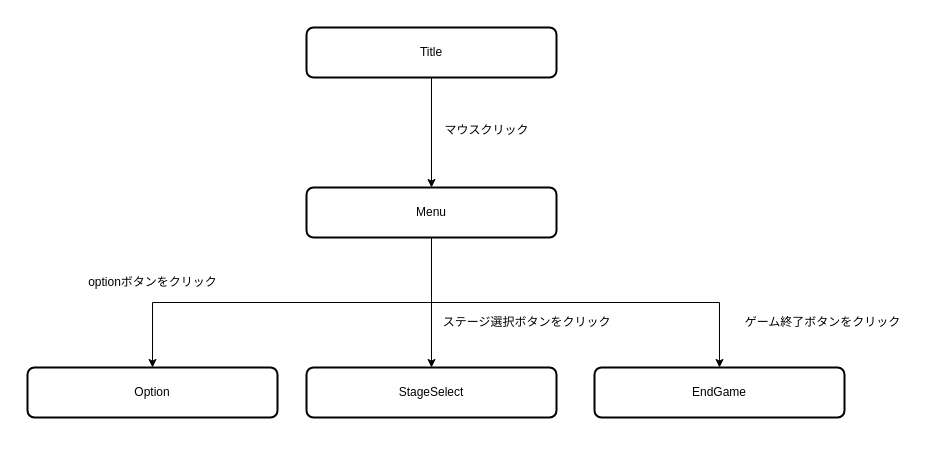
Above: SceneFlowChart.drawio in tky2302126/PP2nd (draw.io), before the change. Source tidied: cells renumbered, new cells numbered last; positions are measured from the earlier drawing's top-left corner, leaving out a move shared by most shapes. Both pictures are drawn from the tidied source at 100%, with x=0, y=0 at pixel (27, 27).
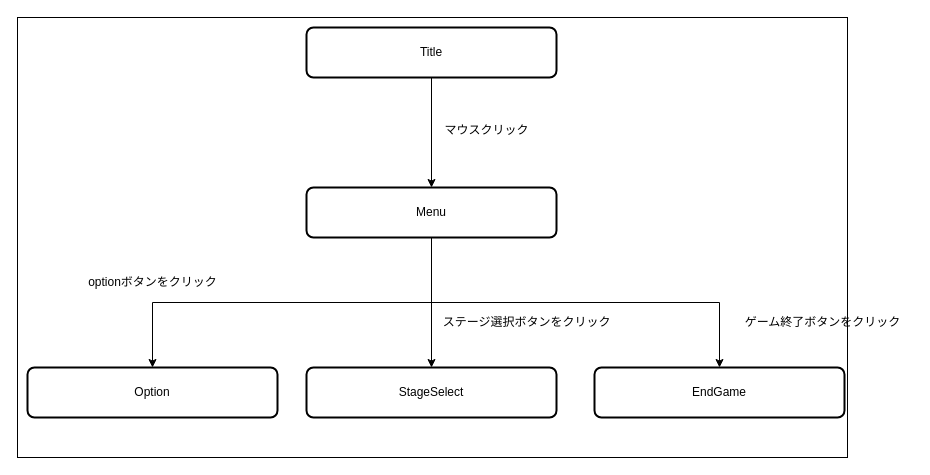
After the change.

Diff of the diagram source:
```diff
@@
 <mxGraphModel>
   <root>
     <mxCell id="0" />
     <mxCell id="1" parent="0" />
+    <mxCell id="15" style="rounded=0;whiteSpace=wrap;html=1;" parent="1" vertex="1">
+      <mxGeometry x="-10" y="-10" width="830" height="440" as="geometry" />
+    </mxCell>
     <mxCell id="2" style="edgeStyle=orthogonalEdgeStyle;rounded=0;jettySize=auto;html=1;entryX=0.5;entryY=0;entryDx=0;entryDy=0;" parent="1" edge="1" source="3" target="7">
       <mxGeometry relative="1" as="geometry" />
     </mxCell>
     <mxCell id="3" value="Title" style="rounded=1;whiteSpace=wrap;html=1;absoluteArcSize=1;arcSize=14;strokeWidth=2;" parent="1" vertex="1">
       <mxGeometry x="279" width="250" height="50" as="geometry" />
     </mxCell>
     <mxCell id="4" style="edgeStyle=orthogonalEdgeStyle;rounded=0;jettySize=auto;html=1;exitX=0.5;exitY=1;exitDx=0;exitDy=0;entryX=0.5;entryY=0;entryDx=0;entryDy=0;" parent="1" edge="1" source="7" target="10">
       <mxGeometry relative="1" as="geometry" />
     </mxCell>
     <mxCell id="5" style="edgeStyle=orthogonalEdgeStyle;rounded=0;jettySize=auto;html=1;entryX=0.5;entryY=0;entryDx=0;entryDy=0;" parent="1" edge="1" source="7" target="9">
       <mxGeometry relative="1" as="geometry" />
     </mxCell>
     <mxCell id="6" style="edgeStyle=orthogonalEdgeStyle;rounded=0;jettySize=auto;html=1;entryX=0.5;entryY=0;entryDx=0;entryDy=0;exitX=0.5;exitY=1;exitDx=0;exitDy=0;" parent="1" edge="1" source="7" target="11">
       <mxGeometry relative="1" as="geometry" />
     </mxCell>
     <mxCell id="7" value="Menu" style="rounded=1;whiteSpace=wrap;html=1;absoluteArcSize=1;arcSize=14;strokeWidth=2;" parent="1" vertex="1">
       <mxGeometry x="279" y="160" width="250" height="50" as="geometry" />
     </mxCell>
     <mxCell id="8" value="マウスクリック" style="text;html=1;align=center;verticalAlign=middle;strokeColor=none;fillColor=none;" parent="1" vertex="1">
       <mxGeometry x="404" y="88" width="110" height="30" as="geometry" />
     </mxCell>
     <mxCell id="9" value="StageSelect" style="rounded=1;whiteSpace=wrap;html=1;absoluteArcSize=1;arcSize=14;strokeWidth=2;" parent="1" vertex="1">
       <mxGeometry x="279" y="340" width="250" height="50" as="geometry" />
     </mxCell>
     <mxCell id="10" value="Option" style="rounded=1;whiteSpace=wrap;html=1;absoluteArcSize=1;arcSize=14;strokeWidth=2;" parent="1" vertex="1">
       <mxGeometry y="340" width="250" height="50" as="geometry" />
     </mxCell>
     <mxCell id="11" value="EndGame" style="rounded=1;whiteSpace=wrap;html=1;absoluteArcSize=1;arcSize=14;strokeWidth=2;" parent="1" vertex="1">
       <mxGeometry x="567" y="340" width="250" height="50" as="geometry" />
     </mxCell>
     <mxCell id="12" value="optionボタンをクリック" style="text;html=1;align=center;verticalAlign=middle;strokeColor=none;fillColor=none;" parent="1" vertex="1">
       <mxGeometry x="50" y="240" width="150" height="30" as="geometry" />
     </mxCell>
     <mxCell id="13" value="ステージ選択ボタンをクリック" style="text;html=1;align=center;verticalAlign=middle;strokeColor=none;fillColor=none;" parent="1" vertex="1">
       <mxGeometry x="404" y="280" width="190" height="30" as="geometry" />
     </mxCell>
     <mxCell id="14" value="ゲーム終了ボタンをクリック" style="text;html=1;align=center;verticalAlign=middle;strokeColor=none;fillColor=none;" parent="1" vertex="1">
       <mxGeometry x="705" y="280" width="180" height="30" as="geometry" />
     </mxCell>
   </root>
 </mxGraphModel>
```
